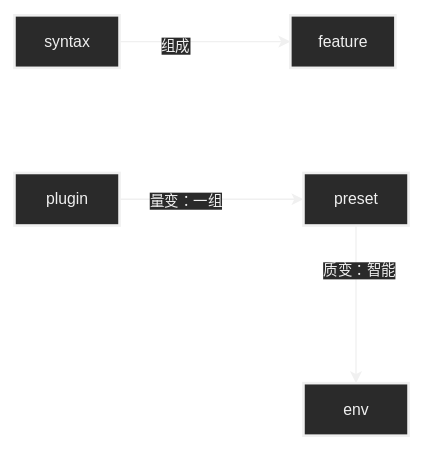
This is 笔记/前端/工程化/assets/babel基本概念.svg from Echo-Yanglulu/obsidianPrivateNote, a draw.io export, as it was before one commit. Source tidied: cells renumbered, new cells last; positions are measured from the earlier drawing's top-left corner, leaving out a move shared by most shapes. Its diagram source:
```xml
<mxGraphModel>
  <root>
    <mxCell id="0" />
    <mxCell id="1" parent="0" />
    <mxCell id="2" style="edgeStyle=none;html=1;" parent="1" edge="1" source="4" target="5">
      <mxGeometry relative="1" as="geometry" />
    </mxCell>
    <mxCell id="3" value="组成" style="edgeLabel;html=1;align=center;verticalAlign=middle;" parent="2" vertex="1">
      <mxGeometry x="-0.37" y="-2" relative="1" as="geometry" />
    </mxCell>
    <mxCell id="4" value="syntax" style="strokeWidth=2;html=1;shape=mxgraph.flowchart.document2;whiteSpace=wrap;size=0.25;" parent="1" vertex="1">
      <mxGeometry width="80" height="40" as="geometry" />
    </mxCell>
    <mxCell id="5" value="feature" style="strokeWidth=2;html=1;shape=mxgraph.flowchart.document2;whiteSpace=wrap;size=0.25;" parent="1" vertex="1">
      <mxGeometry x="210" width="80" height="40" as="geometry" />
    </mxCell>
    <mxCell id="6" style="edgeStyle=none;html=1;" parent="1" edge="1" source="8" target="11">
      <mxGeometry relative="1" as="geometry" />
    </mxCell>
    <mxCell id="7" value="量变：一组" style="edgeLabel;html=1;align=center;verticalAlign=middle;" parent="6" vertex="1">
      <mxGeometry x="-0.3" relative="1" as="geometry" />
    </mxCell>
    <mxCell id="8" value="plugin" style="strokeWidth=2;html=1;shape=mxgraph.flowchart.document2;whiteSpace=wrap;size=0.25;" parent="1" vertex="1">
      <mxGeometry y="120" width="80" height="40" as="geometry" />
    </mxCell>
    <mxCell id="9" style="edgeStyle=none;html=1;entryX=0.5;entryY=0;entryDx=0;entryDy=0;" parent="1" edge="1" source="11" target="12">
      <mxGeometry relative="1" as="geometry" />
    </mxCell>
    <mxCell id="10" value="质变：智能" style="edgeLabel;html=1;align=center;verticalAlign=middle;" parent="9" vertex="1">
      <mxGeometry x="-0.45" y="1" relative="1" as="geometry" />
    </mxCell>
    <mxCell id="11" value="preset" style="strokeWidth=2;html=1;shape=mxgraph.flowchart.document2;whiteSpace=wrap;size=0.25;" parent="1" vertex="1">
      <mxGeometry x="220" y="120" width="80" height="40" as="geometry" />
    </mxCell>
    <mxCell id="12" value="env" style="strokeWidth=2;html=1;shape=mxgraph.flowchart.document2;whiteSpace=wrap;size=0.25;" parent="1" vertex="1">
      <mxGeometry x="220" y="280" width="80" height="40" as="geometry" />
    </mxCell>
  </root>
</mxGraphModel>
```
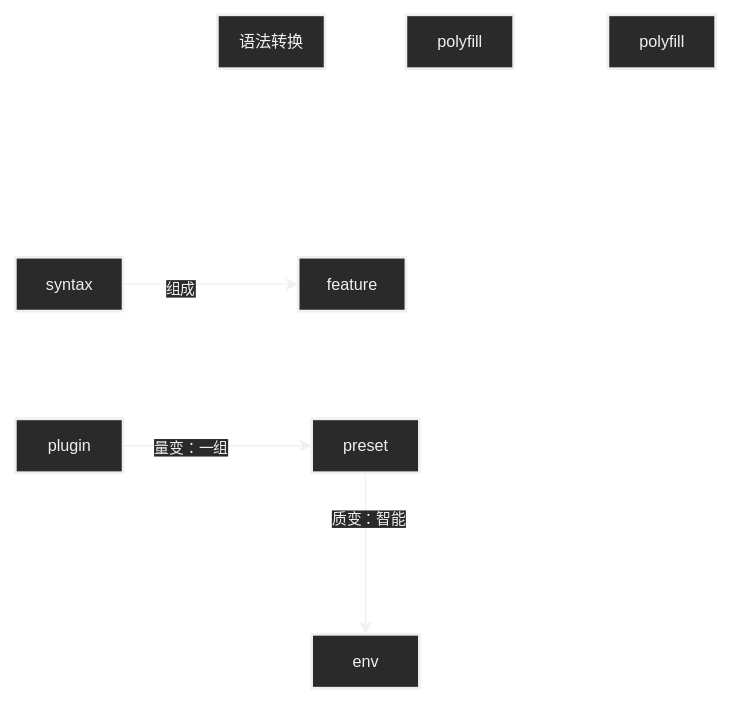
After the change.

What changed in the source:
```diff
@@ -35,5 +35,14 @@
     <mxCell id="12" value="env" style="strokeWidth=2;html=1;shape=mxgraph.flowchart.document2;whiteSpace=wrap;size=0.25;" parent="1" vertex="1">
       <mxGeometry x="220" y="280" width="80" height="40" as="geometry" />
     </mxCell>
+    <mxCell id="13" value="语法转换" style="strokeWidth=2;html=1;shape=mxgraph.flowchart.document2;whiteSpace=wrap;size=0.25;" parent="1" vertex="1">
+      <mxGeometry x="150" y="-180" width="80" height="40" as="geometry" />
+    </mxCell>
+    <mxCell id="14" value="polyfill" style="strokeWidth=2;html=1;shape=mxgraph.flowchart.document2;whiteSpace=wrap;size=0.25;" parent="1" vertex="1">
+      <mxGeometry x="290" y="-180" width="80" height="40" as="geometry" />
+    </mxCell>
+    <mxCell id="15" value="polyfill" style="strokeWidth=2;html=1;shape=mxgraph.flowchart.document2;whiteSpace=wrap;size=0.25;" parent="1" vertex="1">
+      <mxGeometry x="440" y="-180" width="80" height="40" as="geometry" />
+    </mxCell>
   </root>
 </mxGraphModel>
```
